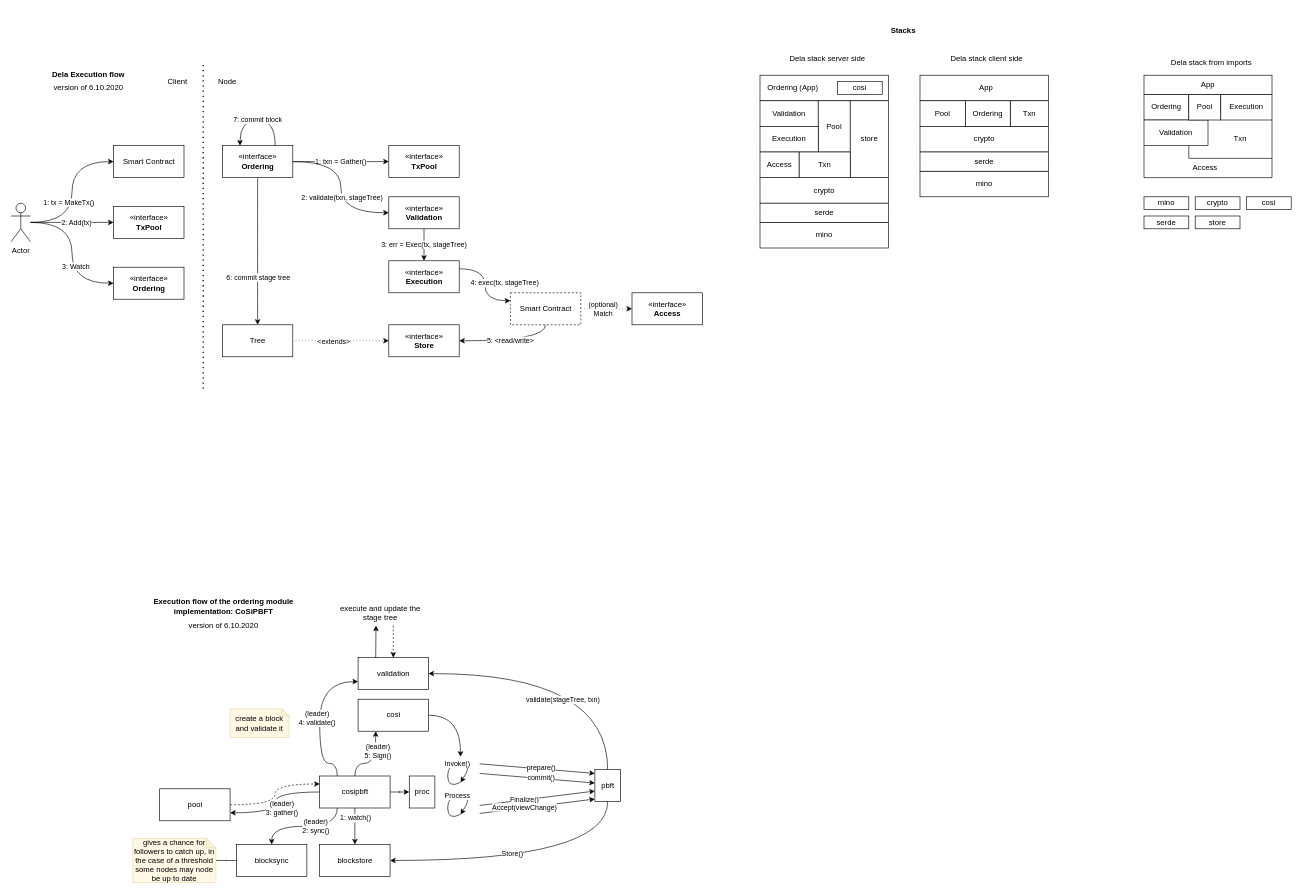
This is docs/diagrams/dela.drawio from dedis/dela, a draw.io file, before an edit. Source tidied: cells renumbered, new cells numbered last; positions are measured from the earlier drawing's top-left corner, leaving out a move shared by most shapes. Both pictures are drawn from the tidied source at 64%, with x=0, y=0 at pixel (11, 24).
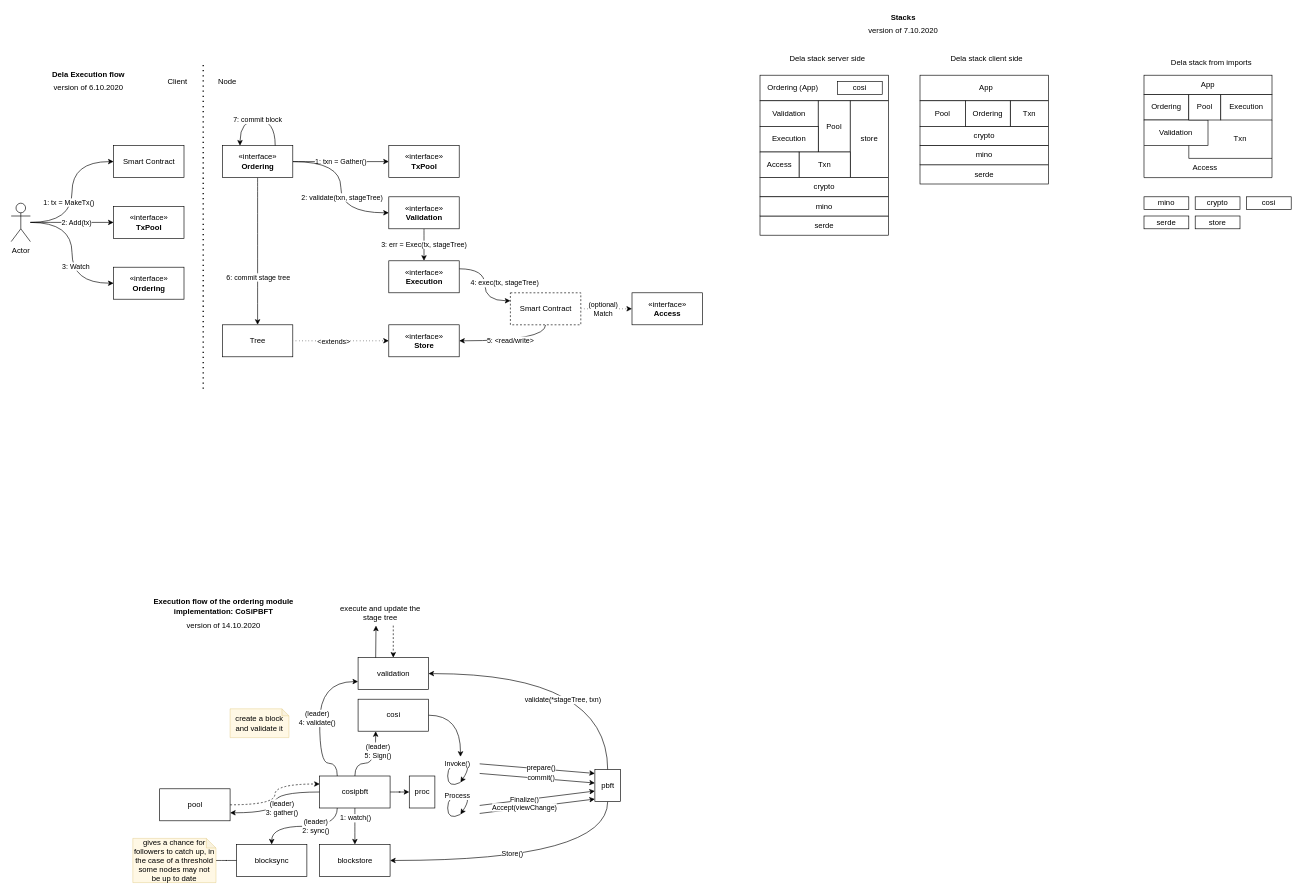
After the change.

The change refers to these unchanged cells:
```xml
<mxCell id="69" style="edgeStyle=orthogonalEdgeStyle;curved=1;rounded=0;jettySize=auto;html=1;entryX=1;entryY=0.5;entryDx=0;entryDy=0;exitX=0.5;exitY=0;exitDx=0;exitDy=0;" parent="1" edge="1" source="71" target="60">
  <mxGeometry relative="1" as="geometry" />
</mxCell>
```

Change to the diagram source:
```diff
@@
-    <mxCell id="70" value="validate(stageTree, txn)" style="edgeLabel;html=1;align=center;verticalAlign=middle;" parent="69" vertex="1">
+    <mxCell id="70" value="validate(*stageTree, txn)" style="edgeLabel;html=1;align=center;verticalAlign=middle;" parent="69" vertex="1">
       <mxGeometry x="0.14" y="25" relative="1" as="geometry">
         <mxPoint x="24" y="15" as="offset" />
       </mxGeometry>
     </mxCell>
@@
-    <mxCell id="101" value="mino" style="rounded=0;whiteSpace=wrap;html=1;" parent="1" vertex="1">
-      <mxGeometry x="1170" y="310" width="201" height="40" as="geometry" />
+    <mxCell id="101" value="serde" style="rounded=0;whiteSpace=wrap;html=1;" parent="1" vertex="1">
+      <mxGeometry x="1170" y="300" width="201" height="30" as="geometry" />
     </mxCell>
     <mxCell id="102" value="crypto" style="rounded=0;whiteSpace=wrap;html=1;" parent="1" vertex="1">
-      <mxGeometry x="1170" y="240" width="201" height="40" as="geometry" />
+      <mxGeometry x="1170" y="240" width="201" height="30" as="geometry" />
     </mxCell>
@@
-    <mxCell id="104" value="serde" style="rounded=0;whiteSpace=wrap;html=1;" parent="1" vertex="1">
-      <mxGeometry x="1170" y="280" width="201" height="30" as="geometry" />
+    <mxCell id="104" value="mino" style="rounded=0;whiteSpace=wrap;html=1;" parent="1" vertex="1">
+      <mxGeometry x="1170" y="270" width="201" height="30" as="geometry" />
     </mxCell>
@@
-    <mxCell id="111" value="mino" style="rounded=0;whiteSpace=wrap;html=1;" parent="1" vertex="1">
-      <mxGeometry x="1420" y="230" width="201" height="40" as="geometry" />
+    <mxCell id="111" value="serde" style="rounded=0;whiteSpace=wrap;html=1;" parent="1" vertex="1">
+      <mxGeometry x="1420" y="220" width="201" height="30" as="geometry" />
     </mxCell>
     <mxCell id="112" value="crypto" style="rounded=0;whiteSpace=wrap;html=1;" parent="1" vertex="1">
-      <mxGeometry x="1420" y="160" width="201" height="40" as="geometry" />
+      <mxGeometry x="1420" y="160" width="201" height="30" as="geometry" />
     </mxCell>
-    <mxCell id="113" value="serde" style="rounded=0;whiteSpace=wrap;html=1;" parent="1" vertex="1">
-      <mxGeometry x="1420" y="200" width="201" height="30" as="geometry" />
+    <mxCell id="113" value="mino" style="rounded=0;whiteSpace=wrap;html=1;" parent="1" vertex="1">
+      <mxGeometry x="1420" y="190" width="201" height="30" as="geometry" />
     </mxCell>
@@
-    <mxCell id="118" value="gives a chance for followers to catch up, in the case of a threshold some nodes may node be up to date" style="shape=note;whiteSpace=wrap;html=1;backgroundOutline=1;darkOpacity=0.05;align=center;size=15;fillColor=#fff2cc;strokeColor=#d6b656;opacity=50;" parent="1" vertex="1">
+    <mxCell id="118" value="gives a chance for followers to catch up, in the case of a threshold some nodes may not be up to date" style="shape=note;whiteSpace=wrap;html=1;backgroundOutline=1;darkOpacity=0.05;align=center;size=15;fillColor=#fff2cc;strokeColor=#d6b656;opacity=50;" parent="1" vertex="1">
       <mxGeometry x="190" y="1272.5" width="130" height="69" as="geometry" />
     </mxCell>
@@
     <mxCell id="121" value="Stacks" style="text;html=1;strokeColor=none;fillColor=none;align=center;verticalAlign=middle;whiteSpace=wrap;rounded=0;fontStyle=1;" parent="1" vertex="1">
-      <mxGeometry x="1329" width="130" height="20" as="geometry" />
+      <mxGeometry x="1329" y="-20" width="130" height="20" as="geometry" />
     </mxCell>
-    <mxCell id="122" value="version of 6.10.2020" style="text;html=1;strokeColor=none;fillColor=none;align=center;verticalAlign=middle;whiteSpace=wrap;rounded=0;fontStyle=0;" parent="1" vertex="1">
+    <mxCell id="122" value="version of 14.10.2020" style="text;html=1;strokeColor=none;fillColor=none;align=center;verticalAlign=middle;whiteSpace=wrap;rounded=0;fontStyle=0;" parent="1" vertex="1">
       <mxGeometry x="202" y="930" width="260" height="20" as="geometry" />
     </mxCell>
@@
+    <mxCell id="124" value="version of 7.10.2020" style="text;html=1;strokeColor=none;fillColor=none;align=center;verticalAlign=middle;whiteSpace=wrap;rounded=0;fontStyle=0;" parent="1" vertex="1">
+      <mxGeometry x="1319" width="150" height="20" as="geometry" />
+    </mxCell>
```
